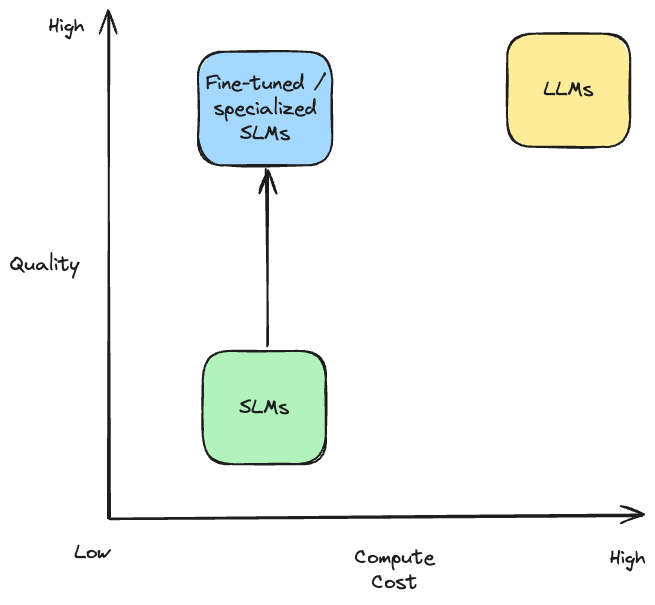
This is azurebootcamp-2026/graphics/slm-fine-tuning-chart.excalidraw.png from filipw/filipw.github.io, a Excalidraw export, as it was before one commit. Source tidied: one line per element, renumbered; positions are measured from the earlier drawing's top-left corner, leaving out a move shared by most shapes.
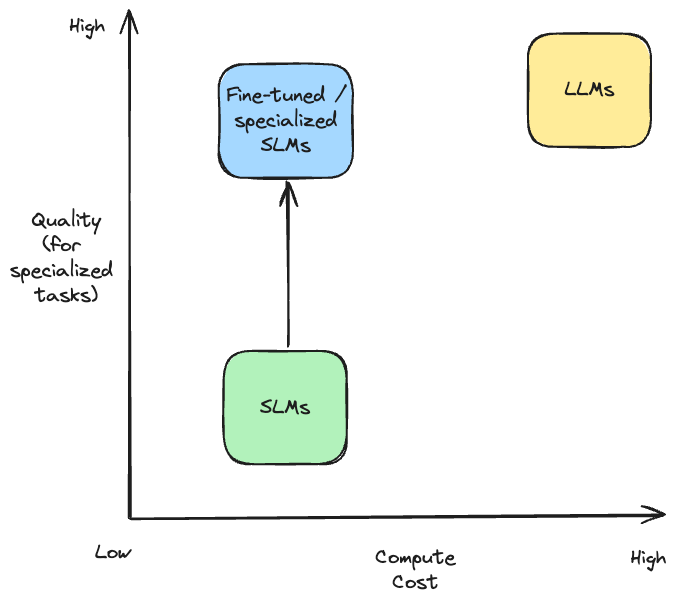
The same file after the commit.

What changed in the source:
```diff
@@ -1,6 +1,6 @@
 {"id": 0, "type": "arrow", "strokeColor": "#1e1e1e", "strokeWidth": 2, "roughness": 1, "endArrowhead": "arrow", "round": true, "x": 98, "y": 507, "width": 2, "height": 507, "points": [[0, 0], [2, -507]]}
 {"id": 1, "type": "arrow", "strokeColor": "#1e1e1e", "strokeWidth": 2, "roughness": 1, "endArrowhead": "arrow", "round": true, "x": 99, "y": 507, "width": 534, "height": 3, "points": [[0, 0], [534, -3]]}
-{"id": 2, "type": "text", "text": "Quality", "strokeColor": "#1e1e1e", "strokeWidth": 2, "roughness": 1, "fontSize": 20, "fontFamily": 1, "x": 0, "y": 241, "width": 69, "height": 25}
+{"id": 2, "type": "text", "text": "Quality\n(for \nspecialized \ntasks)", "strokeColor": "#1e1e1e", "strokeWidth": 2, "roughness": 1, "fontSize": 20, "fontFamily": 1, "textAlign": "center", "x": -21, "y": 197, "width": 113, "height": 100}
 {"id": 3, "type": "text", "text": "Compute\nCost", "strokeColor": "#1e1e1e", "strokeWidth": 2, "roughness": 1, "fontSize": 20, "fontFamily": 1, "textAlign": "center", "x": 345, "y": 534, "width": 80, "height": 50}
 {"id": 4, "type": "text", "text": "Low", "strokeColor": "#1e1e1e", "strokeWidth": 2, "roughness": 1, "fontSize": 20, "fontFamily": 1, "x": 64, "y": 529, "width": 35, "height": 25}
 {"id": 5, "type": "text", "text": "High", "strokeColor": "#1e1e1e", "strokeWidth": 2, "roughness": 1, "fontSize": 20, "fontFamily": 1, "x": 39, "y": 3, "width": 35, "height": 25}
@@ -9,6 +9,6 @@
 {"id": 8, "type": "text", "text": "LLMs", "strokeColor": "#1e1e1e", "strokeWidth": 2, "roughness": 1, "fontSize": 20, "fontFamily": 1, "textAlign": "center", "verticalAlign": "middle", "inside": 7, "x": 534, "y": 67, "width": 50, "height": 25}
 {"id": 9, "type": "rectangle", "strokeColor": "#1e1e1e", "backgroundColor": "#b2f2bb", "fillStyle": "solid", "strokeWidth": 2, "roughness": 1, "round": true, "x": 193, "y": 340, "width": 123, "height": 113}
 {"id": 10, "type": "text", "text": "SLMs", "strokeColor": "#1e1e1e", "strokeWidth": 2, "roughness": 1, "fontSize": 20, "fontFamily": 1, "textAlign": "center", "verticalAlign": "middle", "inside": 9, "x": 229, "y": 384, "width": 50, "height": 25}
-{"id": 11, "type": "rectangle", "strokeColor": "#1e1e1e", "backgroundColor": "#a5d8ff", "fillStyle": "solid", "strokeWidth": 2, "roughness": 1, "round": true, "x": 188, "y": 41, "width": 134, "height": 114}
+{"id": 11, "type": "rectangle", "strokeColor": "#1e1e1e", "backgroundColor": "#a5d8ff", "fillStyle": "solid", "strokeWidth": 2, "roughness": 1, "round": true, "x": 188, "y": 53, "width": 134, "height": 114}
-{"id": 12, "type": "text", "text": "Fine-tuned /\nspecialized\nSLMs", "strokeColor": "#1e1e1e", "strokeWidth": 2, "roughness": 1, "fontSize": 20, "fontFamily": 1, "textAlign": "center", "verticalAlign": "middle", "inside": 11, "x": 196, "y": 60, "width": 119, "height": 75}
+{"id": 12, "type": "text", "text": "Fine-tuned /\nspecialized\nSLMs", "strokeColor": "#1e1e1e", "strokeWidth": 2, "roughness": 1, "fontSize": 20, "fontFamily": 1, "textAlign": "center", "verticalAlign": "middle", "inside": 11, "x": 196, "y": 72, "width": 119, "height": 75}
-{"id": 13, "type": "arrow", "strokeColor": "#1e1e1e", "backgroundColor": "#a5d8ff", "fillStyle": "solid", "strokeWidth": 2, "roughness": 1, "endArrowhead": "arrow", "round": true, "from": 9, "to": 11, "x": 257, "y": 334, "width": 0, "height": 176, "points": [[0, 0], [0, -176]]}
+{"id": 13, "type": "arrow", "strokeColor": "#1e1e1e", "backgroundColor": "#a5d8ff", "fillStyle": "solid", "strokeWidth": 2, "roughness": 1, "endArrowhead": "arrow", "round": true, "from": 9, "to": 11, "x": 257, "y": 334, "width": 0, "height": 164, "points": [[0, 0], [0, -164]]}
```
